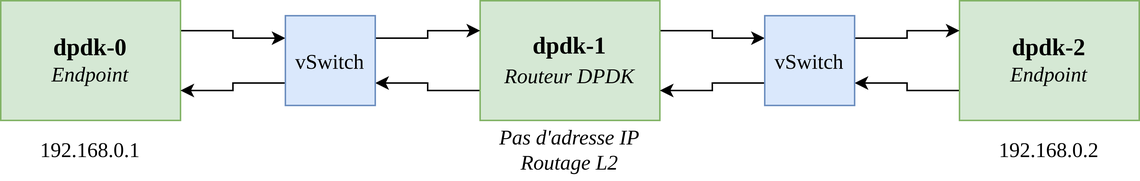
Before: img/schema_virt_dpdk.png, a diagram exported from draw.io (Manah7/dpdk_demo). Source tidied: cells renumbered, new cells last; positions are measured from the earlier drawing's top-left corner, leaving out a move shared by most shapes. Its diagram source:
```xml
<mxGraphModel>
  <root>
    <mxCell id="0" />
    <mxCell id="1" parent="0" />
    <mxCell id="2" style="edgeStyle=orthogonalEdgeStyle;rounded=0;jettySize=auto;html=1;exitX=0;exitY=0.75;exitDx=0;exitDy=0;entryX=0.75;entryY=0;entryDx=0;entryDy=0;fontFamily=Times New Roman;fontSize=14;" parent="1" edge="1" source="3" target="14">
      <mxGeometry relative="1" as="geometry" />
    </mxCell>
    <mxCell id="3" value="&lt;div&gt;&lt;b&gt;&lt;font style=&quot;font-size: 16px;&quot; face=&quot;Times New Roman&quot;&gt;dpdk-2&lt;/font&gt;&lt;/b&gt;&lt;/div&gt;&lt;i&gt;&lt;font style=&quot;font-size: 14px;&quot; face=&quot;Times New Roman&quot;&gt;Endpoint&lt;/font&gt;&lt;/i&gt;" style="rounded=0;whiteSpace=wrap;html=1;fillColor=#d5e8d4;strokeColor=#82b366;" parent="1" vertex="1">
      <mxGeometry x="640" width="120" height="80" as="geometry" />
    </mxCell>
    <mxCell id="4" style="edgeStyle=orthogonalEdgeStyle;rounded=0;jettySize=auto;html=1;exitX=1;exitY=0.25;exitDx=0;exitDy=0;entryX=0.25;entryY=1;entryDx=0;entryDy=0;fontFamily=Times New Roman;fontSize=14;" parent="1" edge="1" source="5" target="11">
      <mxGeometry relative="1" as="geometry" />
    </mxCell>
    <mxCell id="5" value="&lt;div&gt;&lt;b&gt;&lt;font style=&quot;font-size: 16px;&quot; face=&quot;Times New Roman&quot;&gt;dpdk-0&lt;/font&gt;&lt;/b&gt;&lt;/div&gt;&lt;i&gt;&lt;font style=&quot;font-size: 14px;&quot; face=&quot;Times New Roman&quot;&gt;Endpoint&lt;/font&gt;&lt;/i&gt;" style="rounded=0;whiteSpace=wrap;html=1;fillColor=#d5e8d4;strokeColor=#82b366;" parent="1" vertex="1">
      <mxGeometry width="120" height="80" as="geometry" />
    </mxCell>
    <mxCell id="6" style="edgeStyle=orthogonalEdgeStyle;rounded=0;jettySize=auto;html=1;exitX=1;exitY=0.25;exitDx=0;exitDy=0;entryX=0.25;entryY=1;entryDx=0;entryDy=0;fontFamily=Times New Roman;fontSize=14;" parent="1" edge="1" source="8" target="14">
      <mxGeometry relative="1" as="geometry" />
    </mxCell>
    <mxCell id="7" style="edgeStyle=orthogonalEdgeStyle;rounded=0;jettySize=auto;html=1;exitX=0;exitY=0.75;exitDx=0;exitDy=0;entryX=0.75;entryY=0;entryDx=0;entryDy=0;fontFamily=Times New Roman;fontSize=14;" parent="1" edge="1" source="8" target="11">
      <mxGeometry relative="1" as="geometry" />
    </mxCell>
    <mxCell id="8" value="&lt;div&gt;&lt;b&gt;&lt;font style=&quot;font-size: 16px;&quot; face=&quot;Times New Roman&quot;&gt;dpdk-1&lt;/font&gt;&lt;/b&gt;&lt;/div&gt;&lt;div&gt;&lt;i&gt;&lt;font style=&quot;font-size: 16px;&quot; face=&quot;Times New Roman&quot;&gt;&lt;font style=&quot;font-size: 14px;&quot;&gt;Routeur DPDK&lt;/font&gt;&lt;/font&gt;&lt;/i&gt;&lt;b&gt;&lt;font style=&quot;font-size: 16px;&quot; face=&quot;Times New Roman&quot;&gt;&lt;br&gt;&lt;/font&gt;&lt;/b&gt;&lt;/div&gt;&lt;i&gt;&lt;font style=&quot;font-size: 14px;&quot; face=&quot;Times New Roman&quot;&gt;&lt;/font&gt;&lt;/i&gt;" style="rounded=0;whiteSpace=wrap;html=1;fillColor=#d5e8d4;strokeColor=#82b366;" parent="1" vertex="1">
      <mxGeometry x="320" width="120" height="80" as="geometry" />
    </mxCell>
    <mxCell id="9" style="edgeStyle=orthogonalEdgeStyle;rounded=0;jettySize=auto;html=1;exitX=0.25;exitY=0;exitDx=0;exitDy=0;entryX=0;entryY=0.25;entryDx=0;entryDy=0;fontFamily=Times New Roman;fontSize=14;" parent="1" edge="1" source="11" target="8">
      <mxGeometry relative="1" as="geometry" />
    </mxCell>
    <mxCell id="10" style="edgeStyle=orthogonalEdgeStyle;rounded=0;jettySize=auto;html=1;exitX=0.75;exitY=1;exitDx=0;exitDy=0;entryX=1;entryY=0.75;entryDx=0;entryDy=0;fontFamily=Times New Roman;fontSize=14;" parent="1" edge="1" source="11" target="5">
      <mxGeometry relative="1" as="geometry" />
    </mxCell>
    <mxCell id="11" value="&lt;font style=&quot;font-size: 14px;&quot;&gt;vSwitch&lt;/font&gt;" style="rounded=0;whiteSpace=wrap;html=1;fontFamily=Times New Roman;fontSize=16;direction=south;fillColor=#dae8fc;strokeColor=#6c8ebf;" parent="1" vertex="1">
      <mxGeometry x="190" y="10" width="60" height="60" as="geometry" />
    </mxCell>
    <mxCell id="12" style="edgeStyle=orthogonalEdgeStyle;rounded=0;jettySize=auto;html=1;exitX=0.25;exitY=0;exitDx=0;exitDy=0;entryX=0;entryY=0.25;entryDx=0;entryDy=0;fontFamily=Times New Roman;fontSize=14;" parent="1" edge="1" source="14" target="3">
      <mxGeometry relative="1" as="geometry" />
    </mxCell>
    <mxCell id="13" style="edgeStyle=orthogonalEdgeStyle;rounded=0;jettySize=auto;html=1;exitX=0.75;exitY=1;exitDx=0;exitDy=0;entryX=1;entryY=0.75;entryDx=0;entryDy=0;fontFamily=Times New Roman;fontSize=14;" parent="1" edge="1" source="14" target="8">
      <mxGeometry relative="1" as="geometry" />
    </mxCell>
    <mxCell id="14" value="&lt;font style=&quot;font-size: 14px;&quot;&gt;vSwitch&lt;/font&gt;" style="rounded=0;whiteSpace=wrap;html=1;fontFamily=Times New Roman;fontSize=16;direction=south;fillColor=#dae8fc;strokeColor=#6c8ebf;" parent="1" vertex="1">
      <mxGeometry x="510" y="10" width="60" height="60" as="geometry" />
    </mxCell>
    <mxCell id="15" value="&lt;div&gt;&lt;i&gt;Pas d'adresse IP&lt;/i&gt;&lt;/div&gt;&lt;div&gt;&lt;i&gt;Routage L2&lt;br&gt;&lt;/i&gt;&lt;/div&gt;" style="text;html=1;strokeColor=none;fillColor=none;align=center;verticalAlign=middle;whiteSpace=wrap;rounded=0;fontSize=14;fontFamily=Times New Roman;" parent="1" vertex="1">
      <mxGeometry x="320" y="80" width="120" height="40" as="geometry" />
    </mxCell>
    <mxCell id="16" value="192.168.0.2" style="text;html=1;strokeColor=none;fillColor=none;align=center;verticalAlign=middle;whiteSpace=wrap;rounded=0;fontSize=14;fontFamily=Times New Roman;" parent="1" vertex="1">
      <mxGeometry x="640" y="80" width="120" height="40" as="geometry" />
    </mxCell>
    <mxCell id="17" value="192.168.0.1" style="text;html=1;strokeColor=none;fillColor=none;align=center;verticalAlign=middle;whiteSpace=wrap;rounded=0;fontSize=14;fontFamily=Times New Roman;" parent="1" vertex="1">
      <mxGeometry y="80" width="120" height="40" as="geometry" />
    </mxCell>
  </root>
</mxGraphModel>
```
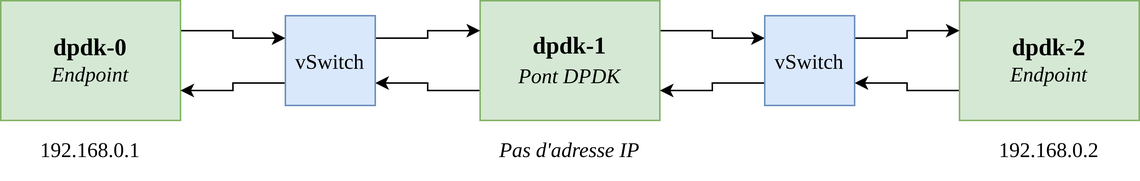
Above is the later version.

Commit message:
correction du schéma et modification mineures dans main.c

The edit, as a diff of the source:
```diff
@@ -20,7 +20,7 @@
     <mxCell id="7" style="edgeStyle=orthogonalEdgeStyle;rounded=0;jettySize=auto;html=1;exitX=0;exitY=0.75;exitDx=0;exitDy=0;entryX=0.75;entryY=0;entryDx=0;entryDy=0;fontFamily=Times New Roman;fontSize=14;" parent="1" edge="1" source="8" target="11">
       <mxGeometry relative="1" as="geometry" />
     </mxCell>
-    <mxCell id="8" value="&lt;div&gt;&lt;b&gt;&lt;font style=&quot;font-size: 16px;&quot; face=&quot;Times New Roman&quot;&gt;dpdk-1&lt;/font&gt;&lt;/b&gt;&lt;/div&gt;&lt;div&gt;&lt;i&gt;&lt;font style=&quot;font-size: 16px;&quot; face=&quot;Times New Roman&quot;&gt;&lt;font style=&quot;font-size: 14px;&quot;&gt;Routeur DPDK&lt;/font&gt;&lt;/font&gt;&lt;/i&gt;&lt;b&gt;&lt;font style=&quot;font-size: 16px;&quot; face=&quot;Times New Roman&quot;&gt;&lt;br&gt;&lt;/font&gt;&lt;/b&gt;&lt;/div&gt;&lt;i&gt;&lt;font style=&quot;font-size: 14px;&quot; face=&quot;Times New Roman&quot;&gt;&lt;/font&gt;&lt;/i&gt;" style="rounded=0;whiteSpace=wrap;html=1;fillColor=#d5e8d4;strokeColor=#82b366;" parent="1" vertex="1">
+    <mxCell id="8" value="&lt;div&gt;&lt;b&gt;&lt;font style=&quot;font-size: 16px;&quot; face=&quot;Times New Roman&quot;&gt;dpdk-1&lt;/font&gt;&lt;/b&gt;&lt;/div&gt;&lt;div&gt;&lt;i&gt;&lt;font style=&quot;font-size: 16px;&quot; face=&quot;Times New Roman&quot;&gt;&lt;font style=&quot;font-size: 14px;&quot;&gt;Pont DPDK&lt;/font&gt;&lt;/font&gt;&lt;/i&gt;&lt;b&gt;&lt;font style=&quot;font-size: 16px;&quot; face=&quot;Times New Roman&quot;&gt;&lt;br&gt;&lt;/font&gt;&lt;/b&gt;&lt;/div&gt;&lt;i&gt;&lt;font style=&quot;font-size: 14px;&quot; face=&quot;Times New Roman&quot;&gt;&lt;/font&gt;&lt;/i&gt;" style="rounded=0;whiteSpace=wrap;html=1;fillColor=#d5e8d4;strokeColor=#82b366;" parent="1" vertex="1">
       <mxGeometry x="320" width="120" height="80" as="geometry" />
     </mxCell>
     <mxCell id="9" style="edgeStyle=orthogonalEdgeStyle;rounded=0;jettySize=auto;html=1;exitX=0.25;exitY=0;exitDx=0;exitDy=0;entryX=0;entryY=0.25;entryDx=0;entryDy=0;fontFamily=Times New Roman;fontSize=14;" parent="1" edge="1" source="11" target="8">
@@ -41,7 +41,7 @@
     <mxCell id="14" value="&lt;font style=&quot;font-size: 14px;&quot;&gt;vSwitch&lt;/font&gt;" style="rounded=0;whiteSpace=wrap;html=1;fontFamily=Times New Roman;fontSize=16;direction=south;fillColor=#dae8fc;strokeColor=#6c8ebf;" parent="1" vertex="1">
       <mxGeometry x="510" y="10" width="60" height="60" as="geometry" />
     </mxCell>
-    <mxCell id="15" value="&lt;div&gt;&lt;i&gt;Pas d'adresse IP&lt;/i&gt;&lt;/div&gt;&lt;div&gt;&lt;i&gt;Routage L2&lt;br&gt;&lt;/i&gt;&lt;/div&gt;" style="text;html=1;strokeColor=none;fillColor=none;align=center;verticalAlign=middle;whiteSpace=wrap;rounded=0;fontSize=14;fontFamily=Times New Roman;" parent="1" vertex="1">
+    <mxCell id="15" value="&lt;div&gt;&lt;i&gt;Pas d'adresse IP&lt;/i&gt;&lt;/div&gt;" style="text;html=1;strokeColor=none;fillColor=none;align=center;verticalAlign=middle;whiteSpace=wrap;rounded=0;fontSize=14;fontFamily=Times New Roman;" parent="1" vertex="1">
       <mxGeometry x="320" y="80" width="120" height="40" as="geometry" />
     </mxCell>
     <mxCell id="16" value="192.168.0.2" style="text;html=1;strokeColor=none;fillColor=none;align=center;verticalAlign=middle;whiteSpace=wrap;rounded=0;fontSize=14;fontFamily=Times New Roman;" parent="1" vertex="1">
```
